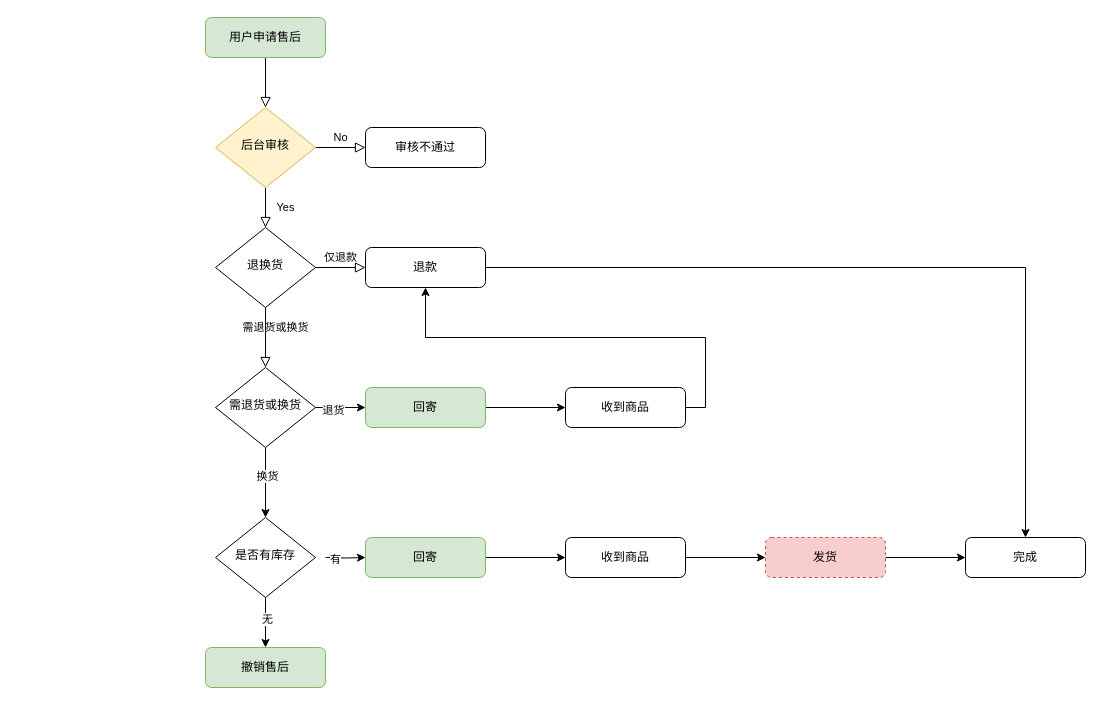
yiuked/diagram keeps this draw.io diagram as 退款流程.drawio. Above is the earlier version. Source tidied: cells renumbered, new cells numbered last; positions are measured from the earlier drawing's top-left corner, leaving out a move shared by most shapes. Both pictures are drawn from the tidied source at 100%, with x=0, y=0 at pixel (205, 17).
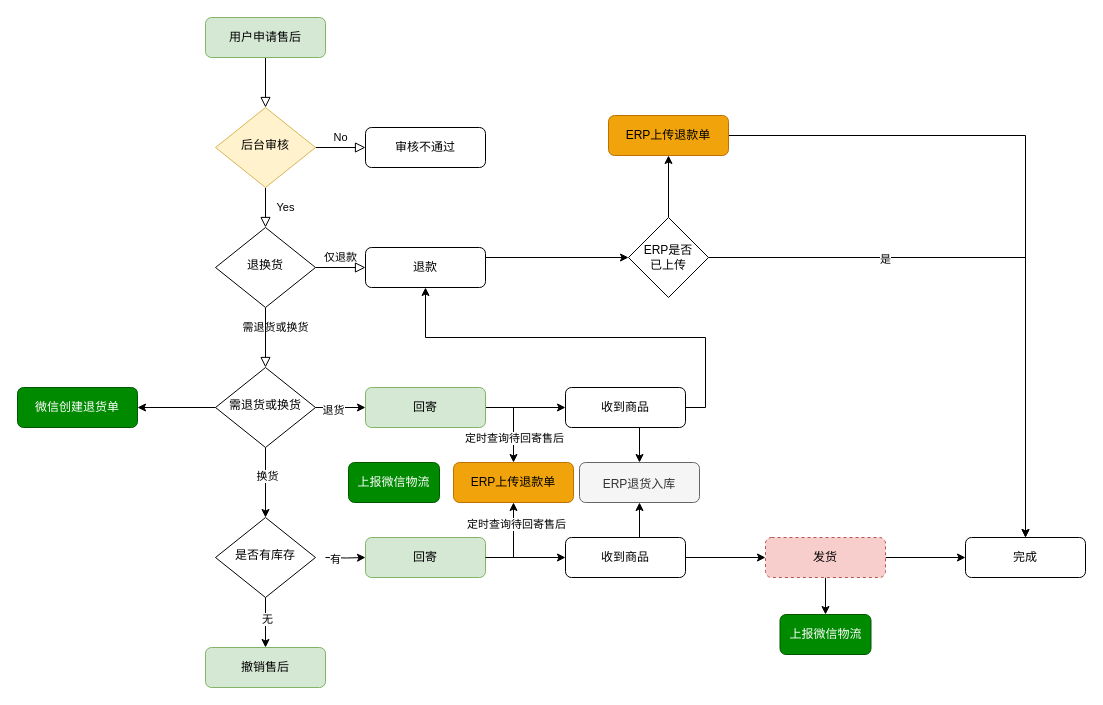
The same diagram, later.

The change refers to these unchanged cells:
```xml
<mxCell id="12" value="退款" style="rounded=1;whiteSpace=wrap;html=1;fontSize=12;glass=0;strokeWidth=1;shadow=0;" parent="1" vertex="1">
  <mxGeometry x="160" y="230" width="120" height="40" as="geometry" />
</mxCell>
<mxCell id="13" value="完成" style="rounded=1;whiteSpace=wrap;html=1;fontSize=12;glass=0;strokeWidth=1;shadow=0;" parent="1" vertex="1">
  <mxGeometry x="760" y="520" width="120" height="40" as="geometry" />
</mxCell>
<mxCell id="18" value="需退货或换货" style="rhombus;whiteSpace=wrap;html=1;shadow=0;fontFamily=Helvetica;fontSize=12;align=center;strokeWidth=1;spacing=6;spacingTop=-4;" parent="1" vertex="1">
  <mxGeometry x="10" y="350" width="100" height="80" as="geometry" />
</mxCell>
<mxCell id="20" value="回寄" style="rounded=1;whiteSpace=wrap;html=1;fontSize=12;glass=0;strokeWidth=1;shadow=0;fillColor=#d5e8d4;strokeColor=#82b366;" parent="1" vertex="1">
  <mxGeometry x="160" y="370" width="120" height="40" as="geometry" />
</mxCell>
<mxCell id="22" value="收到商品" style="rounded=1;whiteSpace=wrap;html=1;fontSize=12;glass=0;strokeWidth=1;shadow=0;" parent="1" vertex="1">
  <mxGeometry x="360" y="370" width="120" height="40" as="geometry" />
</mxCell>
<mxCell id="26" value="回寄" style="rounded=1;whiteSpace=wrap;html=1;fontSize=12;glass=0;strokeWidth=1;shadow=0;fillColor=#d5e8d4;strokeColor=#82b366;" parent="1" vertex="1">
  <mxGeometry x="160" y="520" width="120" height="40" as="geometry" />
</mxCell>
<mxCell id="28" value="收到商品" style="rounded=1;whiteSpace=wrap;html=1;fontSize=12;glass=0;strokeWidth=1;shadow=0;" parent="1" vertex="1">
  <mxGeometry x="360" y="520" width="120" height="40" as="geometry" />
</mxCell>
<mxCell id="30" value="发货" style="rounded=1;whiteSpace=wrap;html=1;fontSize=12;glass=0;strokeWidth=1;shadow=0;fillColor=#f8cecc;strokeColor=#b85450;dashed=1;" parent="1" vertex="1">
  <mxGeometry x="560" y="520" width="120" height="40" as="geometry" />
</mxCell>
```

Diff of the diagram source:
```diff
@@
-    <mxCell id="11" style="edgeStyle=orthogonalEdgeStyle;rounded=0;jettySize=auto;html=1;exitX=1;exitY=0.5;exitDx=0;exitDy=0;entryX=0.5;entryY=0;entryDx=0;entryDy=0;" parent="1" edge="1" source="12" target="13">
-      <mxGeometry relative="1" as="geometry">
-        <Array as="points">
-          <mxPoint x="820" y="250" />
-        </Array>
-      </mxGeometry>
-    </mxCell>
+    <mxCell id="35" style="edgeStyle=orthogonalEdgeStyle;rounded=0;jettySize=auto;html=1;exitX=1;exitY=0.25;exitDx=0;exitDy=0;" parent="1" edge="1" source="12" target="47">
+      <mxGeometry relative="1" as="geometry" />
+    </mxCell>
@@
+    <mxCell id="36" style="edgeStyle=orthogonalEdgeStyle;rounded=0;jettySize=auto;html=1;exitX=0;exitY=0.5;exitDx=0;exitDy=0;entryX=1;entryY=0.5;entryDx=0;entryDy=0;" parent="1" edge="1" source="18" target="42">
+      <mxGeometry relative="1" as="geometry" />
+    </mxCell>
@@
+    <mxCell id="37" style="edgeStyle=orthogonalEdgeStyle;rounded=0;jettySize=auto;html=1;exitX=1;exitY=0.5;exitDx=0;exitDy=0;" parent="1" edge="1" source="20" target="43">
+      <mxGeometry relative="1" as="geometry" />
+    </mxCell>
+    <mxCell id="38" value="定时查询待回寄售后" style="edgeLabel;html=1;align=center;verticalAlign=middle;" parent="37" vertex="1">
+      <mxGeometry x="0.27" y="-1" relative="1" as="geometry">
+        <mxPoint x="1" y="5" as="offset" />
+      </mxGeometry>
+    </mxCell>
@@
+    <mxCell id="39" style="edgeStyle=orthogonalEdgeStyle;rounded=0;jettySize=auto;html=1;exitX=0.5;exitY=1;exitDx=0;exitDy=0;entryX=0.5;entryY=0;entryDx=0;entryDy=0;" parent="1" edge="1" source="22" target="54">
+      <mxGeometry relative="1" as="geometry" />
+    </mxCell>
@@
+    <mxCell id="40" style="edgeStyle=orthogonalEdgeStyle;rounded=0;jettySize=auto;html=1;exitX=0.5;exitY=0;exitDx=0;exitDy=0;entryX=0.5;entryY=1;entryDx=0;entryDy=0;" parent="1" edge="1" source="28" target="54">
+      <mxGeometry relative="1" as="geometry" />
+    </mxCell>
@@
+    <mxCell id="41" style="edgeStyle=orthogonalEdgeStyle;rounded=0;jettySize=auto;html=1;exitX=0.5;exitY=1;exitDx=0;exitDy=0;" parent="1" edge="1" source="30" target="53">
+      <mxGeometry relative="1" as="geometry" />
+    </mxCell>
@@
+    <mxCell id="42" value="微信创建退货单" style="rounded=1;whiteSpace=wrap;html=1;fontSize=12;glass=0;strokeWidth=1;shadow=0;fillColor=#008a00;fontColor=#ffffff;strokeColor=#005700;" parent="1" vertex="1">
+      <mxGeometry x="-188" y="370" width="120" height="40" as="geometry" />
+    </mxCell>
+    <mxCell id="43" value="ERP上传退款单" style="rounded=1;whiteSpace=wrap;html=1;fontSize=12;glass=0;strokeWidth=1;shadow=0;fillColor=#f0a30a;strokeColor=#BD7000;fontColor=#000000;" parent="1" vertex="1">
+      <mxGeometry x="248" y="445" width="120" height="40" as="geometry" />
+    </mxCell>
+    <mxCell id="44" style="edgeStyle=orthogonalEdgeStyle;rounded=0;jettySize=auto;html=1;exitX=1;exitY=0.5;exitDx=0;exitDy=0;entryX=0.5;entryY=0;entryDx=0;entryDy=0;" parent="1" edge="1" source="47" target="13">
+      <mxGeometry relative="1" as="geometry" />
+    </mxCell>
+    <mxCell id="45" value="是" style="edgeLabel;html=1;align=center;verticalAlign=middle;" parent="44" vertex="1">
+      <mxGeometry x="-0.41" y="-1" relative="1" as="geometry" />
+    </mxCell>
+    <mxCell id="46" style="edgeStyle=orthogonalEdgeStyle;rounded=0;jettySize=auto;html=1;exitX=0.5;exitY=0;exitDx=0;exitDy=0;" parent="1" edge="1" source="47" target="49">
+      <mxGeometry relative="1" as="geometry" />
+    </mxCell>
+    <mxCell id="47" value="ERP是否&lt;br&gt;已上传" style="rhombus;whiteSpace=wrap;html=1;" parent="1" vertex="1">
+      <mxGeometry x="423" y="200" width="80" height="80" as="geometry" />
+    </mxCell>
+    <mxCell id="48" style="edgeStyle=orthogonalEdgeStyle;rounded=0;jettySize=auto;html=1;exitX=1;exitY=0.5;exitDx=0;exitDy=0;entryX=0.5;entryY=0;entryDx=0;entryDy=0;" parent="1" edge="1" source="49" target="13">
+      <mxGeometry relative="1" as="geometry" />
+    </mxCell>
+    <mxCell id="49" value="ERP上传退款单" style="rounded=1;whiteSpace=wrap;html=1;fontSize=12;glass=0;strokeWidth=1;shadow=0;fillColor=#f0a30a;strokeColor=#BD7000;fontColor=#000000;" parent="1" vertex="1">
+      <mxGeometry x="403" y="98" width="120" height="40" as="geometry" />
+    </mxCell>
+    <mxCell id="50" style="edgeStyle=orthogonalEdgeStyle;rounded=0;jettySize=auto;html=1;exitX=1;exitY=0.5;exitDx=0;exitDy=0;entryX=0.5;entryY=1;entryDx=0;entryDy=0;" parent="1" edge="1" source="26" target="43">
+      <mxGeometry relative="1" as="geometry" />
+    </mxCell>
+    <mxCell id="51" value="定时查询待回寄售后" style="edgeLabel;html=1;align=center;verticalAlign=middle;" parent="50" vertex="1">
+      <mxGeometry x="0.27" y="-1" relative="1" as="geometry">
+        <mxPoint x="1" y="-9" as="offset" />
+      </mxGeometry>
+    </mxCell>
+    <mxCell id="52" value="上报微信物流" style="rounded=1;whiteSpace=wrap;html=1;fontSize=12;glass=0;strokeWidth=1;shadow=0;fillColor=#008a00;fontColor=#ffffff;strokeColor=#005700;" parent="1" vertex="1">
+      <mxGeometry x="143" y="445" width="91" height="40" as="geometry" />
+    </mxCell>
+    <mxCell id="53" value="上报微信物流" style="rounded=1;whiteSpace=wrap;html=1;fontSize=12;glass=0;strokeWidth=1;shadow=0;fillColor=#008a00;fontColor=#ffffff;strokeColor=#005700;" parent="1" vertex="1">
+      <mxGeometry x="574.5" y="597" width="91" height="40" as="geometry" />
+    </mxCell>
+    <mxCell id="54" value="ERP退货入库&lt;span style=&quot;box-sizing: border-box; font-weight: 700; max-width: 928px; color: rgb(51, 51, 51); font-family: &amp;quot;Helvetica Neue&amp;quot;, Helvetica, Arial, sans-serif; font-size: 14px; text-align: left;&quot;&gt;&lt;/span&gt;" style="rounded=1;whiteSpace=wrap;html=1;fontSize=12;glass=0;strokeWidth=1;shadow=0;fillColor=#f5f5f5;strokeColor=#666666;fontColor=#333333;" parent="1" vertex="1">
+      <mxGeometry x="374" y="445" width="120" height="40" as="geometry" />
+    </mxCell>
```
